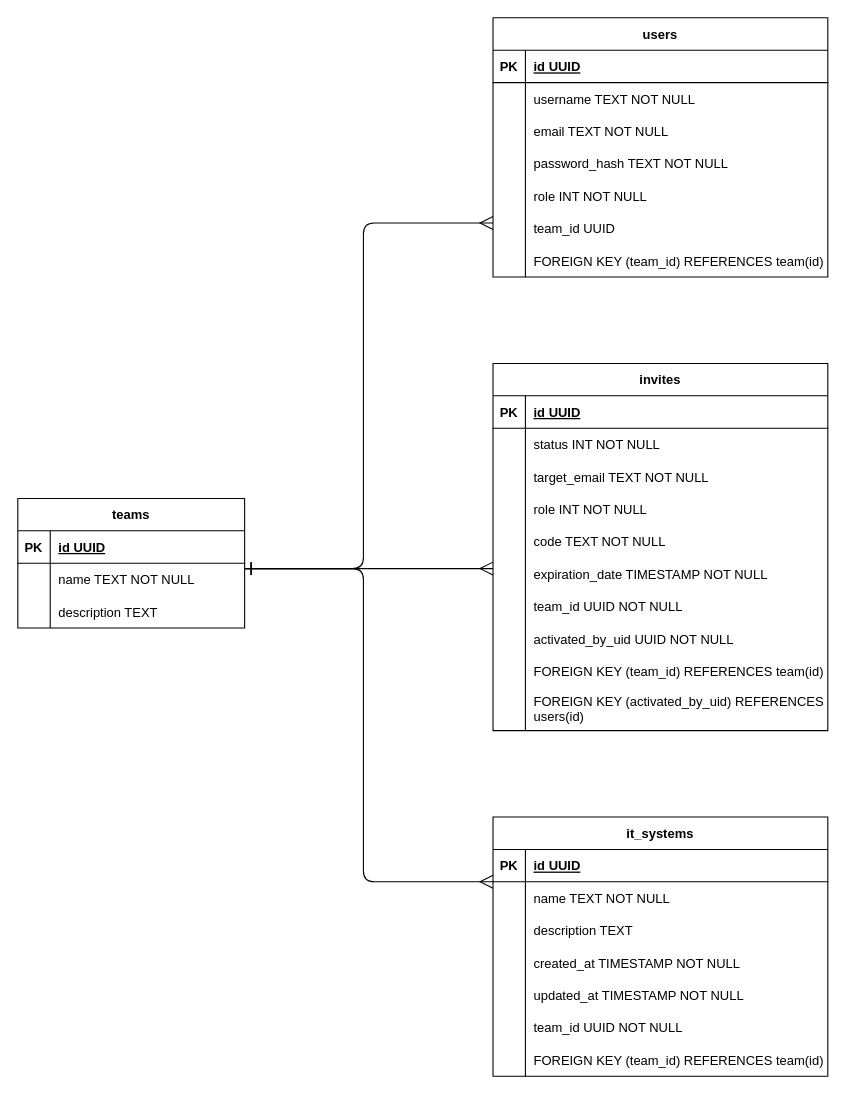
Above: report/img/dbml.drawio in n0kkster/iu7-db-6sem-cw (draw.io), before the change. Source tidied: cells renumbered, new cells numbered last; positions are measured from the earlier drawing's top-left corner, leaving out a move shared by most shapes. Both pictures are drawn from the tidied source at 108%, with x=0, y=0 at pixel (17, 17).
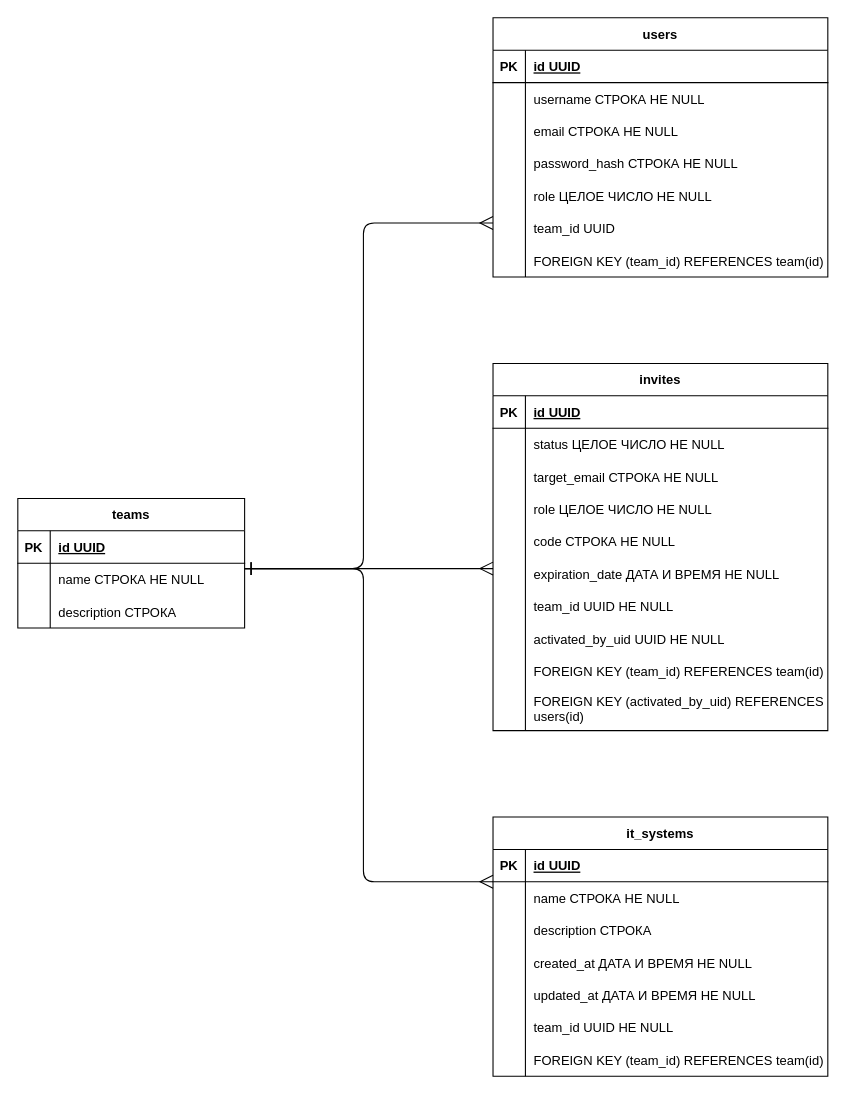
Above is the later version.

The change refers to these unchanged cells:
```xml
<mxCell id="9" style="shape=tableRow;horizontal=0;startSize=0;swimlaneHead=0;swimlaneBody=0;fillColor=none;strokeColor=inherit;top=0;left=0;right=0;bottom=0;" parent="5" vertex="1">
  <mxGeometry y="60" width="210" height="30" as="geometry" />
</mxCell>
<mxCell id="12" style="shape=tableRow;horizontal=0;startSize=0;swimlaneHead=0;swimlaneBody=0;fillColor=none;strokeColor=inherit;top=0;left=0;right=0;bottom=0;" parent="5" vertex="1">
  <mxGeometry y="90" width="210" height="30" as="geometry" />
</mxCell>
<mxCell id="19" style="shape=tableRow;horizontal=0;startSize=0;swimlaneHead=0;swimlaneBody=0;fillColor=none;strokeColor=inherit;top=0;left=0;right=0;bottom=0;" parent="15" vertex="1">
  <mxGeometry y="60" width="310" height="30" as="geometry" />
</mxCell>
<mxCell id="22" style="shape=tableRow;horizontal=0;startSize=0;swimlaneHead=0;swimlaneBody=0;fillColor=none;strokeColor=inherit;top=0;left=0;right=0;bottom=0;" parent="15" vertex="1">
  <mxGeometry y="90" width="310" height="30" as="geometry" />
</mxCell>
<mxCell id="25" style="shape=tableRow;horizontal=0;startSize=0;swimlaneHead=0;swimlaneBody=0;fillColor=none;strokeColor=inherit;top=0;left=0;right=0;bottom=0;" parent="15" vertex="1">
  <mxGeometry y="120" width="310" height="30" as="geometry" />
</mxCell>
<mxCell id="28" style="shape=tableRow;horizontal=0;startSize=0;swimlaneHead=0;swimlaneBody=0;fillColor=none;strokeColor=inherit;top=0;left=0;right=0;bottom=0;" parent="15" vertex="1">
  <mxGeometry y="150" width="310" height="30" as="geometry" />
</mxCell>
<mxCell id="41" style="shape=tableRow;horizontal=0;startSize=0;swimlaneHead=0;swimlaneBody=0;fillColor=none;strokeColor=inherit;top=0;left=0;right=0;bottom=0;" parent="37" vertex="1">
  <mxGeometry y="60" width="310" height="30" as="geometry" />
</mxCell>
<mxCell id="44" style="shape=tableRow;horizontal=0;startSize=0;swimlaneHead=0;swimlaneBody=0;fillColor=none;strokeColor=inherit;top=0;left=0;right=0;bottom=0;" parent="37" vertex="1">
  <mxGeometry y="90" width="310" height="30" as="geometry" />
</mxCell>
<mxCell id="47" style="shape=tableRow;horizontal=0;startSize=0;swimlaneHead=0;swimlaneBody=0;fillColor=none;strokeColor=inherit;top=0;left=0;right=0;bottom=0;" parent="37" vertex="1">
  <mxGeometry y="120" width="310" height="30" as="geometry" />
</mxCell>
<mxCell id="50" style="shape=tableRow;horizontal=0;startSize=0;swimlaneHead=0;swimlaneBody=0;fillColor=none;strokeColor=inherit;top=0;left=0;right=0;bottom=0;" parent="37" vertex="1">
  <mxGeometry y="150" width="310" height="30" as="geometry" />
</mxCell>
<mxCell id="53" style="shape=tableRow;horizontal=0;startSize=0;swimlaneHead=0;swimlaneBody=0;fillColor=none;strokeColor=inherit;top=0;left=0;right=0;bottom=0;" parent="37" vertex="1">
  <mxGeometry y="180" width="310" height="30" as="geometry" />
</mxCell>
<mxCell id="56" style="shape=tableRow;horizontal=0;startSize=0;swimlaneHead=0;swimlaneBody=0;fillColor=none;strokeColor=inherit;top=0;left=0;right=0;bottom=0;" parent="37" vertex="1">
  <mxGeometry y="210" width="310" height="30" as="geometry" />
</mxCell>
<mxCell id="59" style="shape=tableRow;horizontal=0;startSize=0;swimlaneHead=0;swimlaneBody=0;fillColor=none;strokeColor=inherit;top=0;left=0;right=0;bottom=0;" parent="37" vertex="1">
  <mxGeometry y="240" width="310" height="30" as="geometry" />
</mxCell>
<mxCell id="72" style="shape=tableRow;horizontal=0;startSize=0;swimlaneHead=0;swimlaneBody=0;fillColor=none;strokeColor=inherit;top=0;left=0;right=0;bottom=0;" parent="68" vertex="1">
  <mxGeometry y="60" width="310" height="30" as="geometry" />
</mxCell>
<mxCell id="75" style="shape=tableRow;horizontal=0;startSize=0;swimlaneHead=0;swimlaneBody=0;fillColor=none;strokeColor=inherit;top=0;left=0;right=0;bottom=0;" parent="68" vertex="1">
  <mxGeometry y="90" width="310" height="30" as="geometry" />
</mxCell>
<mxCell id="78" style="shape=tableRow;horizontal=0;startSize=0;swimlaneHead=0;swimlaneBody=0;fillColor=none;strokeColor=inherit;top=0;left=0;right=0;bottom=0;" parent="68" vertex="1">
  <mxGeometry y="120" width="310" height="30" as="geometry" />
</mxCell>
<mxCell id="81" style="shape=tableRow;horizontal=0;startSize=0;swimlaneHead=0;swimlaneBody=0;fillColor=none;strokeColor=inherit;top=0;left=0;right=0;bottom=0;" parent="68" vertex="1">
  <mxGeometry y="150" width="310" height="30" as="geometry" />
</mxCell>
<mxCell id="84" style="shape=tableRow;horizontal=0;startSize=0;swimlaneHead=0;swimlaneBody=0;fillColor=none;strokeColor=inherit;top=0;left=0;right=0;bottom=0;" parent="68" vertex="1">
  <mxGeometry y="180" width="310" height="30" as="geometry" />
</mxCell>
```

The edit, as a diff of the source:
```diff
@@
-    <mxCell id="11" value="name TEXT NOT NULL" style="shape=partialRectangle;overflow=hidden;fillColor=none;align=left;strokeColor=inherit;top=0;left=0;bottom=0;right=0;spacingLeft=6;" parent="9" vertex="1">
+    <mxCell id="11" value="name СТРОКА НЕ NULL " style="shape=partialRectangle;overflow=hidden;fillColor=none;align=left;strokeColor=inherit;top=0;left=0;bottom=0;right=0;spacingLeft=6;" parent="9" vertex="1">
       <mxGeometry x="30" width="180" height="30" as="geometry" />
     </mxCell>
@@
-    <mxCell id="14" value="description TEXT" style="shape=partialRectangle;overflow=hidden;fillColor=none;align=left;strokeColor=inherit;top=0;left=0;bottom=0;right=0;spacingLeft=6;" parent="12" vertex="1">
+    <mxCell id="14" value="description СТРОКА" style="shape=partialRectangle;overflow=hidden;fillColor=none;align=left;strokeColor=inherit;top=0;left=0;bottom=0;right=0;spacingLeft=6;" parent="12" vertex="1">
       <mxGeometry x="30" width="180" height="30" as="geometry" />
     </mxCell>
@@
-    <mxCell id="21" value="username TEXT NOT NULL" style="shape=partialRectangle;overflow=hidden;fillColor=none;align=left;strokeColor=inherit;top=0;left=0;bottom=0;right=0;spacingLeft=6;" parent="19" vertex="1">
+    <mxCell id="21" value="username СТРОКА НЕ NULL" style="shape=partialRectangle;overflow=hidden;fillColor=none;align=left;strokeColor=inherit;top=0;left=0;bottom=0;right=0;spacingLeft=6;" parent="19" vertex="1">
       <mxGeometry x="30" width="280" height="30" as="geometry" />
     </mxCell>
@@
-    <mxCell id="24" value="email TEXT NOT NULL" style="shape=partialRectangle;overflow=hidden;fillColor=none;align=left;strokeColor=inherit;top=0;left=0;bottom=0;right=0;spacingLeft=6;" parent="22" vertex="1">
+    <mxCell id="24" value="email СТРОКА НЕ NULL" style="shape=partialRectangle;overflow=hidden;fillColor=none;align=left;strokeColor=inherit;top=0;left=0;bottom=0;right=0;spacingLeft=6;" parent="22" vertex="1">
       <mxGeometry x="30" width="280" height="30" as="geometry" />
     </mxCell>
@@
-    <mxCell id="27" value="password_hash TEXT NOT NULL" style="shape=partialRectangle;overflow=hidden;fillColor=none;align=left;strokeColor=inherit;top=0;left=0;bottom=0;right=0;spacingLeft=6;" parent="25" vertex="1">
+    <mxCell id="27" value="password_hash СТРОКА НЕ NULL" style="shape=partialRectangle;overflow=hidden;fillColor=none;align=left;strokeColor=inherit;top=0;left=0;bottom=0;right=0;spacingLeft=6;" parent="25" vertex="1">
       <mxGeometry x="30" width="280" height="30" as="geometry" />
     </mxCell>
@@
-    <mxCell id="30" value="role INT NOT NULL" style="shape=partialRectangle;overflow=hidden;fillColor=none;align=left;strokeColor=inherit;top=0;left=0;bottom=0;right=0;spacingLeft=6;" parent="28" vertex="1">
+    <mxCell id="30" value="role ЦЕЛОЕ ЧИСЛО НЕ NULL" style="shape=partialRectangle;overflow=hidden;fillColor=none;align=left;strokeColor=inherit;top=0;left=0;bottom=0;right=0;spacingLeft=6;" parent="28" vertex="1">
       <mxGeometry x="30" width="280" height="30" as="geometry" />
     </mxCell>
@@
-    <mxCell id="43" value="status INT NOT NULL" style="shape=partialRectangle;overflow=hidden;fillColor=none;align=left;strokeColor=inherit;top=0;left=0;bottom=0;right=0;spacingLeft=6;" parent="41" vertex="1">
+    <mxCell id="43" value="status ЦЕЛОЕ ЧИСЛО НЕ NULL" style="shape=partialRectangle;overflow=hidden;fillColor=none;align=left;strokeColor=inherit;top=0;left=0;bottom=0;right=0;spacingLeft=6;" parent="41" vertex="1">
       <mxGeometry x="30" width="280" height="30" as="geometry" />
     </mxCell>
@@
-    <mxCell id="46" value="target_email TEXT NOT NULL" style="shape=partialRectangle;overflow=hidden;fillColor=none;align=left;strokeColor=inherit;top=0;left=0;bottom=0;right=0;spacingLeft=6;" parent="44" vertex="1">
+    <mxCell id="46" value="target_email СТРОКА НЕ NULL" style="shape=partialRectangle;overflow=hidden;fillColor=none;align=left;strokeColor=inherit;top=0;left=0;bottom=0;right=0;spacingLeft=6;" parent="44" vertex="1">
       <mxGeometry x="30" width="280" height="30" as="geometry" />
     </mxCell>
@@
-    <mxCell id="49" value="role INT NOT NULL" style="shape=partialRectangle;overflow=hidden;fillColor=none;align=left;strokeColor=inherit;top=0;left=0;bottom=0;right=0;spacingLeft=6;" parent="47" vertex="1">
+    <mxCell id="49" value="role ЦЕЛОЕ ЧИСЛО НЕ NULL" style="shape=partialRectangle;overflow=hidden;fillColor=none;align=left;strokeColor=inherit;top=0;left=0;bottom=0;right=0;spacingLeft=6;" parent="47" vertex="1">
       <mxGeometry x="30" width="280" height="30" as="geometry" />
     </mxCell>
@@
-    <mxCell id="52" value="code TEXT NOT NULL" style="shape=partialRectangle;overflow=hidden;fillColor=none;align=left;strokeColor=inherit;top=0;left=0;bottom=0;right=0;spacingLeft=6;" parent="50" vertex="1">
+    <mxCell id="52" value="code СТРОКА НЕ NULL" style="shape=partialRectangle;overflow=hidden;fillColor=none;align=left;strokeColor=inherit;top=0;left=0;bottom=0;right=0;spacingLeft=6;" parent="50" vertex="1">
       <mxGeometry x="30" width="280" height="30" as="geometry" />
     </mxCell>
@@
-    <mxCell id="55" value="expiration_date TIMESTAMP NOT NULL" style="shape=partialRectangle;overflow=hidden;fillColor=none;align=left;strokeColor=inherit;top=0;left=0;bottom=0;right=0;spacingLeft=6;" parent="53" vertex="1">
+    <mxCell id="55" value="expiration_date ДАТА И ВРЕМЯ НЕ NULL" style="shape=partialRectangle;overflow=hidden;fillColor=none;align=left;strokeColor=inherit;top=0;left=0;bottom=0;right=0;spacingLeft=6;" parent="53" vertex="1">
       <mxGeometry x="30" width="280" height="30" as="geometry" />
     </mxCell>
@@
-    <mxCell id="58" value="team_id UUID NOT NULL" style="shape=partialRectangle;overflow=hidden;fillColor=none;align=left;strokeColor=inherit;top=0;left=0;bottom=0;right=0;spacingLeft=6;" parent="56" vertex="1">
+    <mxCell id="58" value="team_id UUID НЕ NULL" style="shape=partialRectangle;overflow=hidden;fillColor=none;align=left;strokeColor=inherit;top=0;left=0;bottom=0;right=0;spacingLeft=6;" parent="56" vertex="1">
       <mxGeometry x="30" width="280" height="30" as="geometry" />
     </mxCell>
@@
-    <mxCell id="61" value="activated_by_uid UUID NOT NULL" style="shape=partialRectangle;overflow=hidden;fillColor=none;align=left;strokeColor=inherit;top=0;left=0;bottom=0;right=0;spacingLeft=6;" parent="59" vertex="1">
+    <mxCell id="61" value="activated_by_uid UUID НЕ NULL" style="shape=partialRectangle;overflow=hidden;fillColor=none;align=left;strokeColor=inherit;top=0;left=0;bottom=0;right=0;spacingLeft=6;" parent="59" vertex="1">
       <mxGeometry x="30" width="280" height="30" as="geometry" />
     </mxCell>
@@
-    <mxCell id="74" value="name TEXT NOT NULL" style="shape=partialRectangle;overflow=hidden;fillColor=none;align=left;strokeColor=inherit;top=0;left=0;bottom=0;right=0;spacingLeft=6;" parent="72" vertex="1">
+    <mxCell id="74" value="name СТРОКА НЕ NULL" style="shape=partialRectangle;overflow=hidden;fillColor=none;align=left;strokeColor=inherit;top=0;left=0;bottom=0;right=0;spacingLeft=6;" parent="72" vertex="1">
       <mxGeometry x="30" width="280" height="30" as="geometry" />
     </mxCell>
@@
-    <mxCell id="77" value="description TEXT" style="shape=partialRectangle;overflow=hidden;fillColor=none;align=left;strokeColor=inherit;top=0;left=0;bottom=0;right=0;spacingLeft=6;" parent="75" vertex="1">
+    <mxCell id="77" value="description СТРОКА " style="shape=partialRectangle;overflow=hidden;fillColor=none;align=left;strokeColor=inherit;top=0;left=0;bottom=0;right=0;spacingLeft=6;" parent="75" vertex="1">
       <mxGeometry x="30" width="280" height="30" as="geometry" />
     </mxCell>
@@
-    <mxCell id="80" value="created_at TIMESTAMP NOT NULL" style="shape=partialRectangle;overflow=hidden;fillColor=none;align=left;strokeColor=inherit;top=0;left=0;bottom=0;right=0;spacingLeft=6;" parent="78" vertex="1">
+    <mxCell id="80" value="created_at ДАТА И ВРЕМЯ НЕ NULL" style="shape=partialRectangle;overflow=hidden;fillColor=none;align=left;strokeColor=inherit;top=0;left=0;bottom=0;right=0;spacingLeft=6;" parent="78" vertex="1">
       <mxGeometry x="30" width="280" height="30" as="geometry" />
     </mxCell>
@@
-    <mxCell id="83" value="updated_at TIMESTAMP NOT NULL" style="shape=partialRectangle;overflow=hidden;fillColor=none;align=left;strokeColor=inherit;top=0;left=0;bottom=0;right=0;spacingLeft=6;" parent="81" vertex="1">
+    <mxCell id="83" value="updated_at ДАТА И ВРЕМЯ НЕ NULL" style="shape=partialRectangle;overflow=hidden;fillColor=none;align=left;strokeColor=inherit;top=0;left=0;bottom=0;right=0;spacingLeft=6;" parent="81" vertex="1">
       <mxGeometry x="30" width="280" height="30" as="geometry" />
     </mxCell>
@@
-    <mxCell id="86" value="team_id UUID NOT NULL" style="shape=partialRectangle;overflow=hidden;fillColor=none;align=left;strokeColor=inherit;top=0;left=0;bottom=0;right=0;spacingLeft=6;" parent="84" vertex="1">
+    <mxCell id="86" value="team_id UUID НЕ NULL" style="shape=partialRectangle;overflow=hidden;fillColor=none;align=left;strokeColor=inherit;top=0;left=0;bottom=0;right=0;spacingLeft=6;" parent="84" vertex="1">
       <mxGeometry x="30" width="280" height="30" as="geometry" />
     </mxCell>
```
